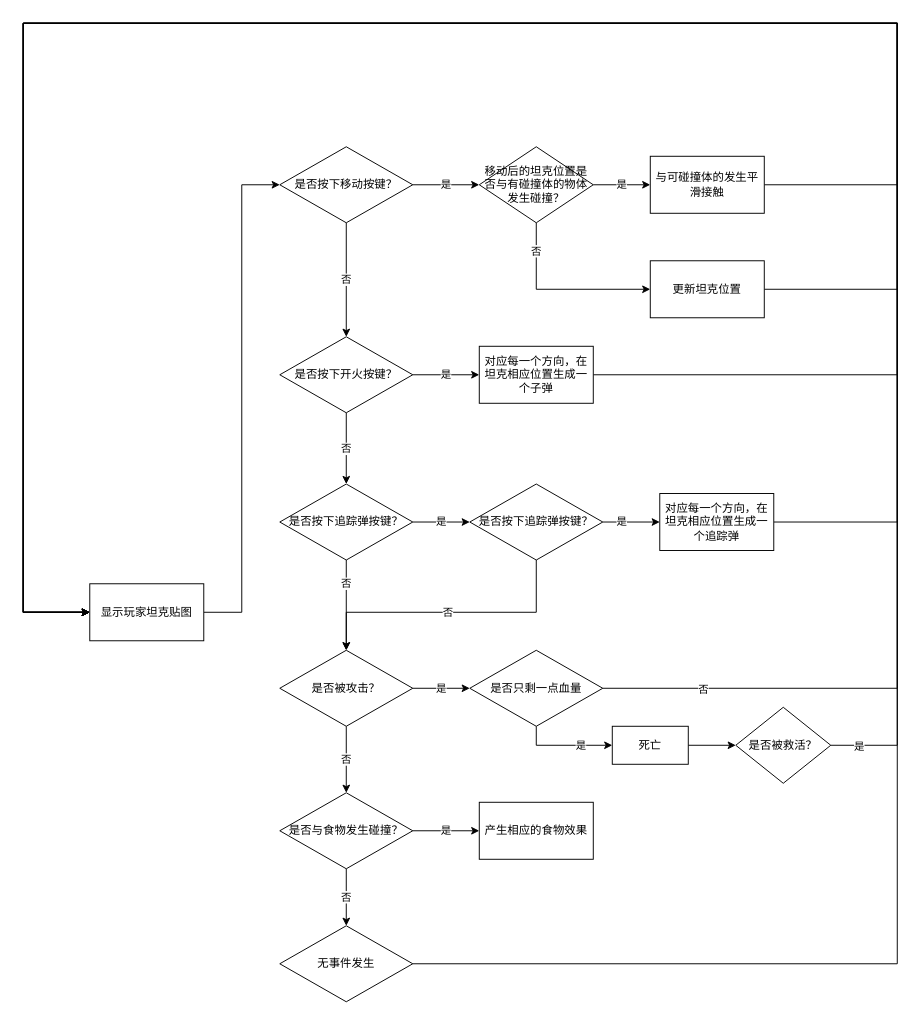
The draw.io diagram 玩家坦克主要算法流程图.drawio in shinejjy/Flow-Chart, before the edit. Source tidied: cells renumbered, new cells numbered last; positions are measured from the earlier drawing's top-left corner, leaving out a move shared by most shapes. Both pictures are drawn from the tidied source at 95%, with x=0, y=0 at pixel (23, 23).
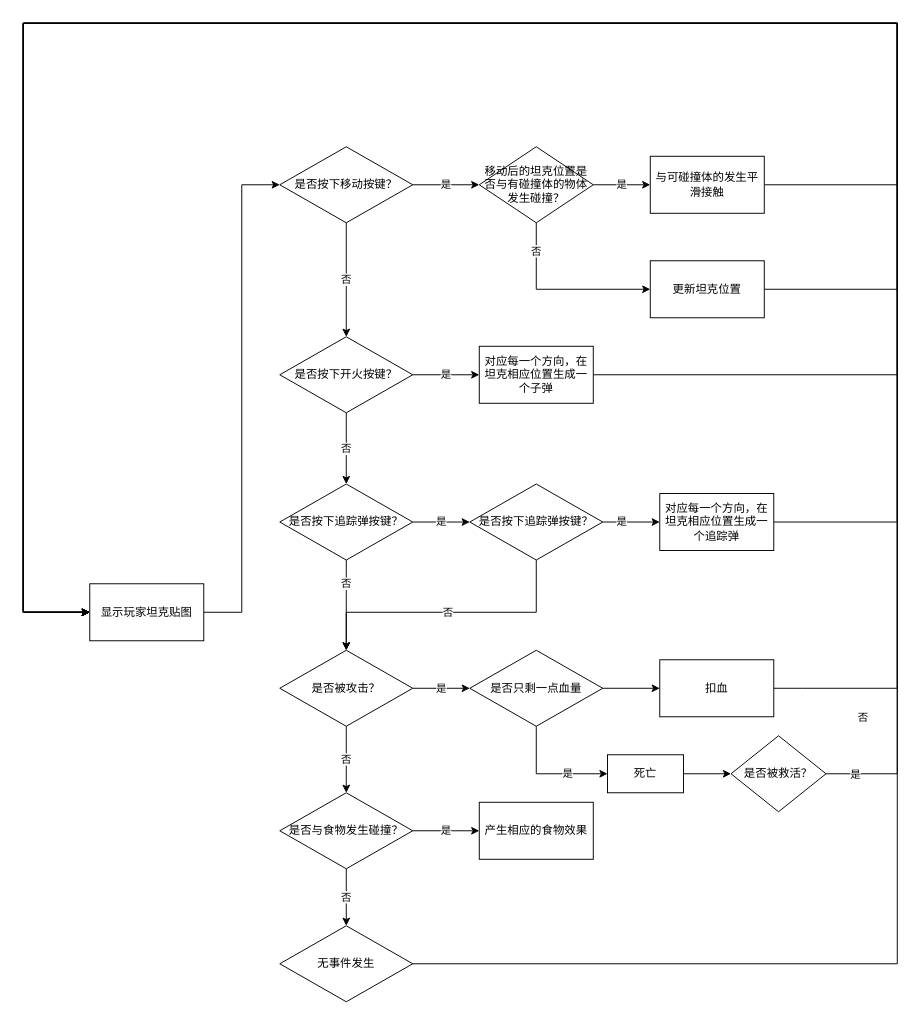
The same page after the edit.

Commit message (it also covers changes not shown here):
更新玩家坦克主要算法流程图.drawio

Unchanged cells that the change refers to:
```xml
<mxCell id="24" value="显示玩家坦克贴图" style="rounded=0;whiteSpace=wrap;html=1;" parent="1" vertex="1">
  <mxGeometry x="70" y="590" width="120" height="60" as="geometry" />
</mxCell>
<mxCell id="35" value="是否只剩一点血量" style="rhombus;whiteSpace=wrap;html=1;" parent="1" vertex="1">
  <mxGeometry x="470" y="660" width="140" height="80" as="geometry" />
</mxCell>
```

The edit, as a diff of the source:
```diff
@@
-    <mxCell id="32" style="edgeStyle=orthogonalEdgeStyle;rounded=0;jettySize=auto;html=1;exitX=1;exitY=0.5;exitDx=0;exitDy=0;entryX=0;entryY=0.5;entryDx=0;entryDy=0;" parent="1" edge="1" source="35" target="24">
+    <mxCell id="32" style="edgeStyle=orthogonalEdgeStyle;rounded=0;jettySize=auto;html=1;exitX=1;exitY=0.5;exitDx=0;exitDy=0;entryX=0;entryY=0.5;entryDx=0;entryDy=0;" parent="1" edge="1" source="46" target="24">
       <mxGeometry relative="1" as="geometry">
         <Array as="points">
+          <mxPoint x="820" y="700" />
           <mxPoint x="920" y="700" />
           <mxPoint x="920" />
           <mxPoint />
           <mxPoint y="620" />
         </Array>
       </mxGeometry>
     </mxCell>
     <mxCell id="33" value="否" style="edgeLabel;html=1;align=center;verticalAlign=middle;" parent="32" vertex="1">
-      <mxGeometry x="-0.92" relative="1" as="geometry" />
+      <mxGeometry x="-0.92" relative="1" as="geometry">
+        <mxPoint x="-5" y="30" as="offset" />
+      </mxGeometry>
     </mxCell>
@@
+    <mxCell id="45" style="edgeStyle=orthogonalEdgeStyle;rounded=0;jettySize=auto;html=1;exitX=1;exitY=0.5;exitDx=0;exitDy=0;entryX=0;entryY=0.5;entryDx=0;entryDy=0;" parent="1" edge="1" source="35" target="46">
+      <mxGeometry relative="1" as="geometry" />
+    </mxCell>
@@
     <mxCell id="41" value="死亡" style="rounded=0;whiteSpace=wrap;html=1;" parent="1" vertex="1">
-      <mxGeometry x="620" y="740" width="80" height="40" as="geometry" />
+      <mxGeometry x="615" y="770" width="80" height="40" as="geometry" />
     </mxCell>
     <mxCell id="42" style="edgeStyle=orthogonalEdgeStyle;rounded=0;jettySize=auto;html=1;exitX=1;exitY=0.5;exitDx=0;exitDy=0;entryX=0;entryY=0.5;entryDx=0;entryDy=0;" parent="1" edge="1" source="44" target="24">
       <mxGeometry relative="1" as="geometry">
         <Array as="points">
-          <mxPoint x="920" y="760" />
+          <mxPoint x="920" y="790" />
           <mxPoint x="920" />
           <mxPoint />
           <mxPoint y="620" />
         </Array>
       </mxGeometry>
     </mxCell>
@@
     <mxCell id="44" value="是否被救活？" style="rhombus;whiteSpace=wrap;html=1;" parent="1" vertex="1">
-      <mxGeometry x="750" y="720" width="100" height="80" as="geometry" />
+      <mxGeometry x="745" y="750" width="100" height="80" as="geometry" />
     </mxCell>
+    <mxCell id="46" value="扣血" style="rounded=0;whiteSpace=wrap;html=1;" parent="1" vertex="1">
+      <mxGeometry x="670" y="670" width="120" height="60" as="geometry" />
+    </mxCell>
```
